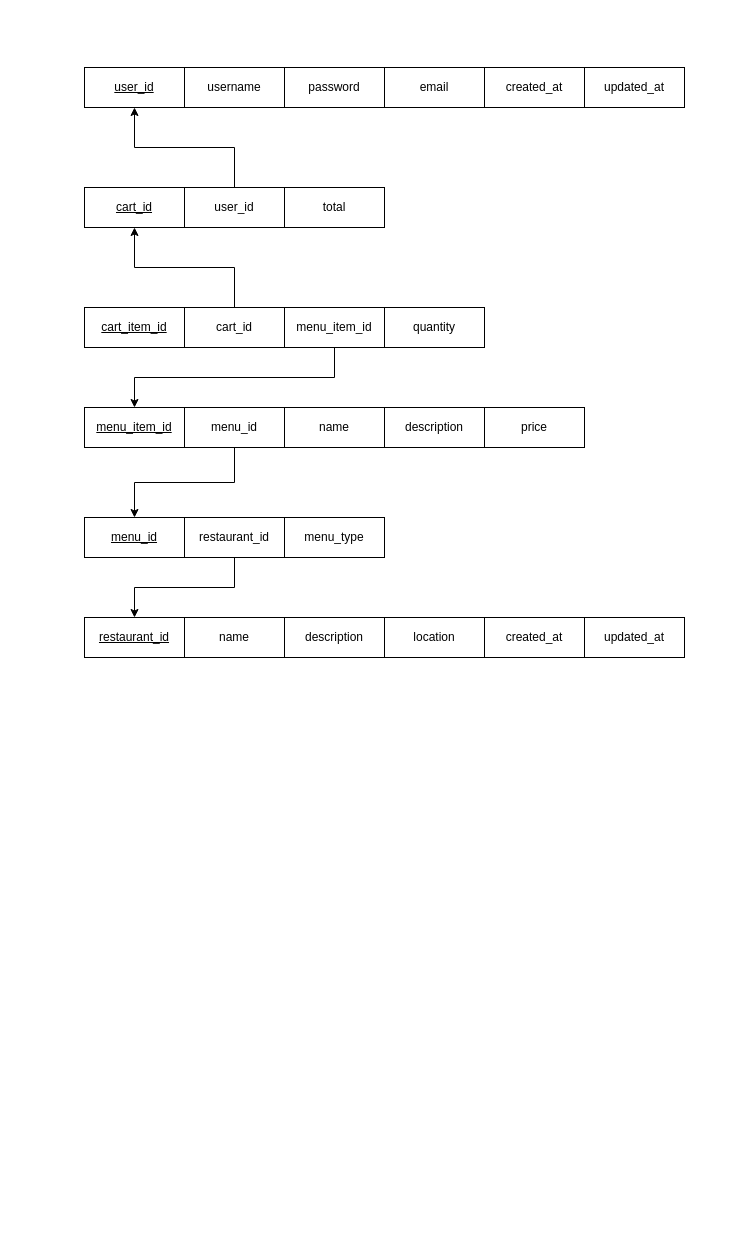
Above: diagrams/Cart_Management_Entity_Relationship.drawio in ahmedbasha10/Food-Delivery-System (draw.io), before the change. Source tidied: cells renumbered, new cells numbered last; positions are measured from the earlier drawing's top-left corner, leaving out a move shared by most shapes. Both pictures are drawn from the tidied source at 100%, with x=0, y=0 at pixel (84, 67).
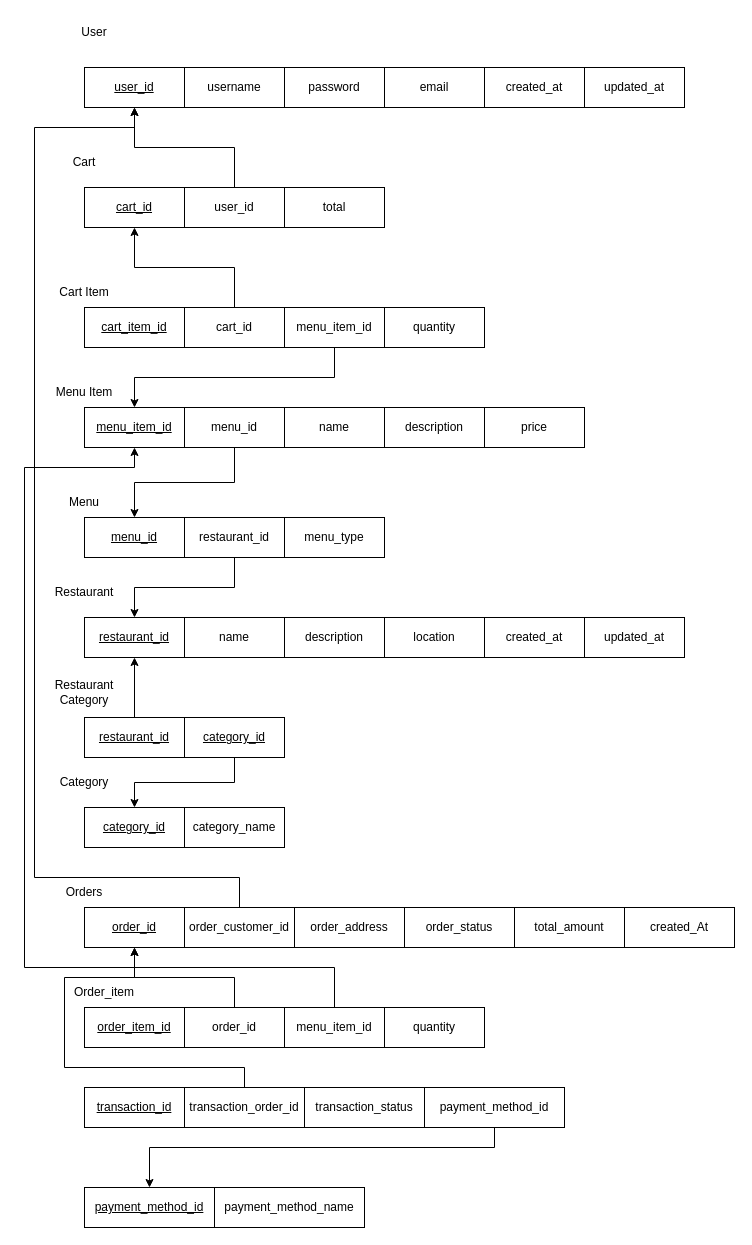
The same page after the edit.

Commit message (it also covers changes not shown here):
add full system ERD, and estimate cart management task

Unchanged cells that the change refers to:
```xml
<mxCell id="4" value="&lt;u&gt;menu_item_id&lt;/u&gt;" style="whiteSpace=wrap;html=1;align=center;" parent="1" vertex="1">
  <mxGeometry y="340" width="100" height="40" as="geometry" />
</mxCell>
<mxCell id="5" value="&lt;u&gt;restaurant_id&lt;/u&gt;" style="whiteSpace=wrap;html=1;align=center;" parent="1" vertex="1">
  <mxGeometry y="550" width="100" height="40" as="geometry" />
</mxCell>
<mxCell id="9" value="&lt;u&gt;user_id&lt;/u&gt;" style="whiteSpace=wrap;html=1;align=center;" parent="1" vertex="1">
  <mxGeometry width="100" height="40" as="geometry" />
</mxCell>
```

Change to the diagram source:
```diff
@@
+    <mxCell id="34" value="User" style="text;html=1;whiteSpace=wrap;strokeColor=none;fillColor=none;align=center;verticalAlign=middle;rounded=0;" parent="1" vertex="1">
+      <mxGeometry x="-20" y="-50" width="60" height="30" as="geometry" />
+    </mxCell>
+    <mxCell id="35" value="Cart" style="text;html=1;whiteSpace=wrap;strokeColor=none;fillColor=none;align=center;verticalAlign=middle;rounded=0;" parent="1" vertex="1">
+      <mxGeometry x="-30" y="80" width="60" height="30" as="geometry" />
+    </mxCell>
+    <mxCell id="36" value="Cart Item" style="text;html=1;whiteSpace=wrap;strokeColor=none;fillColor=none;align=center;verticalAlign=middle;rounded=0;" parent="1" vertex="1">
+      <mxGeometry x="-30" y="210" width="60" height="30" as="geometry" />
+    </mxCell>
+    <mxCell id="37" value="Menu Item" style="text;html=1;whiteSpace=wrap;strokeColor=none;fillColor=none;align=center;verticalAlign=middle;rounded=0;" parent="1" vertex="1">
+      <mxGeometry x="-30" y="310" width="60" height="30" as="geometry" />
+    </mxCell>
+    <mxCell id="38" value="Menu" style="text;html=1;whiteSpace=wrap;strokeColor=none;fillColor=none;align=center;verticalAlign=middle;rounded=0;" parent="1" vertex="1">
+      <mxGeometry x="-30" y="420" width="60" height="30" as="geometry" />
+    </mxCell>
+    <mxCell id="39" value="Restaurant" style="text;html=1;whiteSpace=wrap;strokeColor=none;fillColor=none;align=center;verticalAlign=middle;rounded=0;" parent="1" vertex="1">
+      <mxGeometry x="-30" y="510" width="60" height="30" as="geometry" />
+    </mxCell>
+    <mxCell id="40" value="Restaurant Category" style="text;html=1;whiteSpace=wrap;strokeColor=none;fillColor=none;align=center;verticalAlign=middle;rounded=0;" parent="1" vertex="1">
+      <mxGeometry x="-30" y="610" width="60" height="30" as="geometry" />
+    </mxCell>
+    <mxCell id="41" style="edgeStyle=orthogonalEdgeStyle;rounded=0;jettySize=auto;html=1;entryX=0.5;entryY=1;entryDx=0;entryDy=0;" parent="1" edge="1" source="42" target="5">
+      <mxGeometry relative="1" as="geometry" />
+    </mxCell>
+    <mxCell id="42" value="&lt;u&gt;restaurant_id&lt;/u&gt;" style="whiteSpace=wrap;html=1;align=center;" parent="1" vertex="1">
+      <mxGeometry y="650" width="100" height="40" as="geometry" />
+    </mxCell>
+    <mxCell id="43" style="edgeStyle=orthogonalEdgeStyle;rounded=0;jettySize=auto;html=1;entryX=0.5;entryY=0;entryDx=0;entryDy=0;" parent="1" edge="1" source="44" target="45">
+      <mxGeometry relative="1" as="geometry" />
+    </mxCell>
+    <mxCell id="44" value="&lt;u&gt;category_id&lt;/u&gt;" style="whiteSpace=wrap;html=1;align=center;" parent="1" vertex="1">
+      <mxGeometry x="100" y="650" width="100" height="40" as="geometry" />
+    </mxCell>
+    <mxCell id="45" value="&lt;u&gt;category_id&lt;/u&gt;" style="whiteSpace=wrap;html=1;align=center;" parent="1" vertex="1">
+      <mxGeometry y="740" width="100" height="40" as="geometry" />
+    </mxCell>
+    <mxCell id="46" value="category_name" style="whiteSpace=wrap;html=1;align=center;" parent="1" vertex="1">
+      <mxGeometry x="100" y="740" width="100" height="40" as="geometry" />
+    </mxCell>
+    <mxCell id="47" value="Category" style="text;html=1;whiteSpace=wrap;strokeColor=none;fillColor=none;align=center;verticalAlign=middle;rounded=0;" parent="1" vertex="1">
+      <mxGeometry x="-30" y="700" width="60" height="30" as="geometry" />
+    </mxCell>
+    <mxCell id="48" value="Orders" style="text;html=1;whiteSpace=wrap;strokeColor=none;fillColor=none;align=center;verticalAlign=middle;rounded=0;" parent="1" vertex="1">
+      <mxGeometry x="-30" y="810" width="60" height="30" as="geometry" />
+    </mxCell>
+    <mxCell id="49" value="&lt;u&gt;order_id&lt;/u&gt;" style="whiteSpace=wrap;html=1;align=center;" parent="1" vertex="1">
+      <mxGeometry y="840" width="100" height="40" as="geometry" />
+    </mxCell>
+    <mxCell id="50" style="edgeStyle=orthogonalEdgeStyle;rounded=0;jettySize=auto;html=1;entryX=0.5;entryY=1;entryDx=0;entryDy=0;" parent="1" edge="1" source="51" target="9">
+      <mxGeometry relative="1" as="geometry">
+        <Array as="points">
+          <mxPoint x="155" y="810" />
+          <mxPoint x="-50" y="810" />
+          <mxPoint x="-50" y="60" />
+          <mxPoint x="50" y="60" />
+        </Array>
+      </mxGeometry>
+    </mxCell>
+    <mxCell id="51" value="order_customer_id" style="whiteSpace=wrap;html=1;align=center;" parent="1" vertex="1">
+      <mxGeometry x="100" y="840" width="110" height="40" as="geometry" />
+    </mxCell>
+    <mxCell id="52" value="order_address" style="whiteSpace=wrap;html=1;align=center;" parent="1" vertex="1">
+      <mxGeometry x="210" y="840" width="110" height="40" as="geometry" />
+    </mxCell>
+    <mxCell id="53" value="order_status" style="whiteSpace=wrap;html=1;align=center;" parent="1" vertex="1">
+      <mxGeometry x="320" y="840" width="110" height="40" as="geometry" />
+    </mxCell>
+    <mxCell id="54" value="total_amount" style="whiteSpace=wrap;html=1;align=center;" parent="1" vertex="1">
+      <mxGeometry x="430" y="840" width="110" height="40" as="geometry" />
+    </mxCell>
+    <mxCell id="55" value="created_At" style="whiteSpace=wrap;html=1;align=center;" parent="1" vertex="1">
+      <mxGeometry x="540" y="840" width="110" height="40" as="geometry" />
+    </mxCell>
+    <mxCell id="56" value="Order_item" style="text;html=1;whiteSpace=wrap;strokeColor=none;fillColor=none;align=center;verticalAlign=middle;rounded=0;" parent="1" vertex="1">
+      <mxGeometry x="-10" y="910" width="60" height="30" as="geometry" />
+    </mxCell>
+    <mxCell id="57" value="&lt;u&gt;order_item_id&lt;/u&gt;" style="whiteSpace=wrap;html=1;align=center;" parent="1" vertex="1">
+      <mxGeometry y="940" width="100" height="40" as="geometry" />
+    </mxCell>
+    <mxCell id="58" style="edgeStyle=orthogonalEdgeStyle;rounded=0;jettySize=auto;html=1;entryX=0.5;entryY=1;entryDx=0;entryDy=0;" parent="1" edge="1" source="59" target="49">
+      <mxGeometry relative="1" as="geometry" />
+    </mxCell>
+    <mxCell id="59" value="order_id" style="whiteSpace=wrap;html=1;align=center;" parent="1" vertex="1">
+      <mxGeometry x="100" y="940" width="100" height="40" as="geometry" />
+    </mxCell>
+    <mxCell id="60" style="edgeStyle=orthogonalEdgeStyle;rounded=0;jettySize=auto;html=1;entryX=0.5;entryY=1;entryDx=0;entryDy=0;" parent="1" edge="1" source="61" target="4">
+      <mxGeometry relative="1" as="geometry">
+        <Array as="points">
+          <mxPoint x="250" y="900" />
+          <mxPoint x="-60" y="900" />
+          <mxPoint x="-60" y="400" />
+          <mxPoint x="50" y="400" />
+        </Array>
+      </mxGeometry>
+    </mxCell>
+    <mxCell id="61" value="menu_item_id" style="whiteSpace=wrap;html=1;align=center;" parent="1" vertex="1">
+      <mxGeometry x="200" y="940" width="100" height="40" as="geometry" />
+    </mxCell>
+    <mxCell id="62" value="quantity" style="whiteSpace=wrap;html=1;align=center;" parent="1" vertex="1">
+      <mxGeometry x="300" y="940" width="100" height="40" as="geometry" />
+    </mxCell>
+    <mxCell id="63" value="&lt;u&gt;transaction_id&lt;/u&gt;" style="whiteSpace=wrap;html=1;align=center;" parent="1" vertex="1">
+      <mxGeometry y="1020" width="100" height="40" as="geometry" />
+    </mxCell>
+    <mxCell id="64" style="edgeStyle=orthogonalEdgeStyle;rounded=0;jettySize=auto;html=1;entryX=0.5;entryY=1;entryDx=0;entryDy=0;" parent="1" edge="1" source="65" target="49">
+      <mxGeometry relative="1" as="geometry">
+        <Array as="points">
+          <mxPoint x="160" y="1000" />
+          <mxPoint x="-20" y="1000" />
+          <mxPoint x="-20" y="910" />
+          <mxPoint x="50" y="910" />
+        </Array>
+      </mxGeometry>
+    </mxCell>
+    <mxCell id="65" value="transaction_order_id" style="whiteSpace=wrap;html=1;align=center;" parent="1" vertex="1">
+      <mxGeometry x="100" y="1020" width="120" height="40" as="geometry" />
+    </mxCell>
+    <mxCell id="66" value="transaction_status" style="whiteSpace=wrap;html=1;align=center;" parent="1" vertex="1">
+      <mxGeometry x="220" y="1020" width="120" height="40" as="geometry" />
+    </mxCell>
+    <mxCell id="67" style="edgeStyle=orthogonalEdgeStyle;rounded=0;jettySize=auto;html=1;entryX=0.5;entryY=0;entryDx=0;entryDy=0;" parent="1" edge="1" source="68" target="69">
+      <mxGeometry relative="1" as="geometry">
+        <Array as="points">
+          <mxPoint x="410" y="1080" />
+          <mxPoint x="65" y="1080" />
+        </Array>
+      </mxGeometry>
+    </mxCell>
+    <mxCell id="68" value="payment_method_id" style="whiteSpace=wrap;html=1;align=center;" parent="1" vertex="1">
+      <mxGeometry x="340" y="1020" width="140" height="40" as="geometry" />
+    </mxCell>
+    <mxCell id="69" value="&lt;div style=&quot;direction: rtl;&quot;&gt;&lt;span style=&quot;background-color: transparent; color: light-dark(rgb(0, 0, 0), rgb(255, 255, 255));&quot;&gt;&lt;u&gt;payment_method_id&lt;/u&gt;&lt;/span&gt;&lt;/div&gt;" style="whiteSpace=wrap;html=1;align=center;" parent="1" vertex="1">
+      <mxGeometry y="1120" width="130" height="40" as="geometry" />
+    </mxCell>
+    <mxCell id="70" value="payment_method_name" style="whiteSpace=wrap;html=1;align=center;" parent="1" vertex="1">
+      <mxGeometry x="130" y="1120" width="150" height="40" as="geometry" />
+    </mxCell>
```
